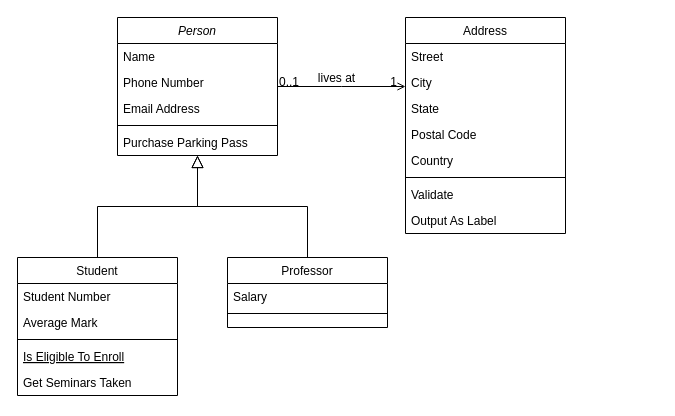
The draw.io diagram app/Диаграмма без названия.drawio in osnaz1939/NavigationMultiModuleExample, before the edit. Source tidied: cells renumbered, new cells numbered last; positions are measured from the earlier drawing's top-left corner, leaving out a move shared by most shapes. Both pictures are drawn from the tidied source at 100%, with x=0, y=0 at pixel (17, 17).
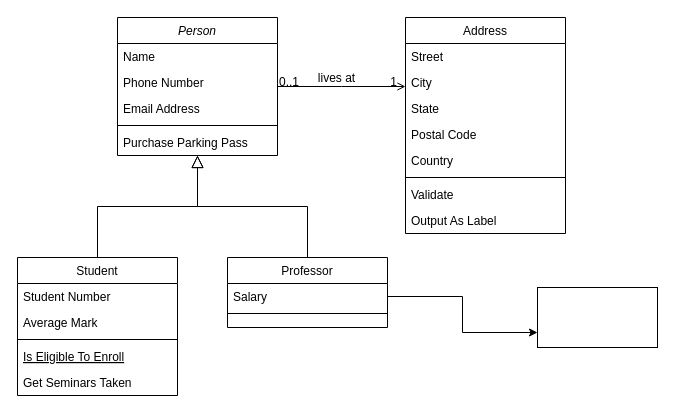
The same page after the edit.

Unchanged cells that the change refers to:
```xml
<mxCell id="16" value="Salary" style="text;align=left;verticalAlign=top;spacingLeft=4;spacingRight=4;overflow=hidden;points=[[0,0.5],[1,0.5]];portConstraint=eastwest;" parent="15" vertex="1">
  <mxGeometry y="26" width="160" height="26" as="geometry" />
</mxCell>
```

What changed in the source:
```diff
@@
+    <mxCell id="32" style="rounded=0;whiteSpace=wrap;html=1;" parent="1" vertex="1">
+      <mxGeometry x="520" y="270" width="120" height="60" as="geometry" />
+    </mxCell>
+    <mxCell id="33" style="edgeStyle=orthogonalEdgeStyle;rounded=0;jettySize=auto;html=1;entryX=0;entryY=0.75;entryDx=0;entryDy=0;" parent="1" edge="1" source="16" target="32">
+      <mxGeometry relative="1" as="geometry" />
+    </mxCell>
```
